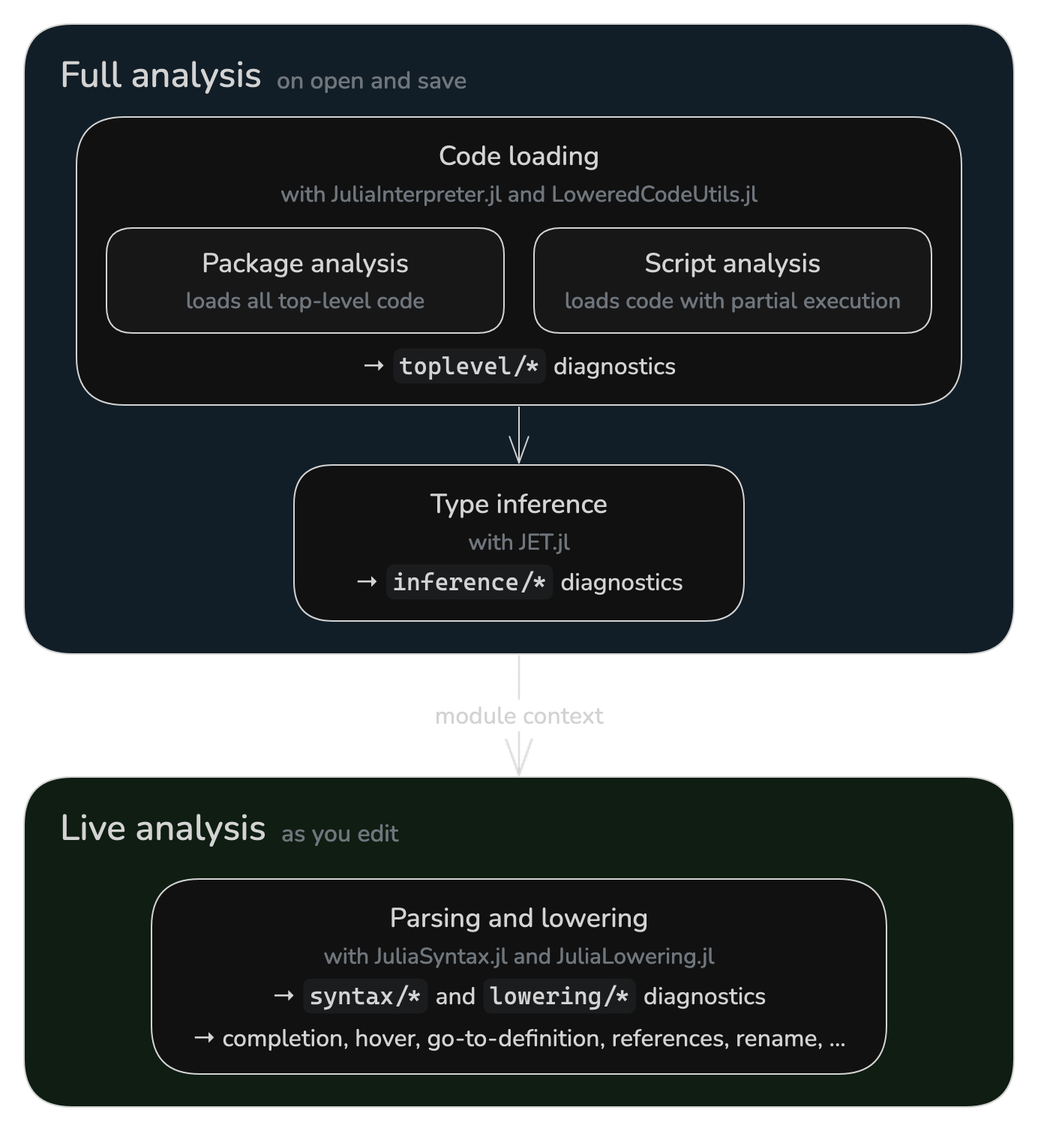
aviatesk/JETLS.jl keeps this Excalidraw diagram as docs/src/assets/analysis/overview-dark.png. Above is the earlier version. Source tidied: one line per element, renumbered; positions are measured from the earlier drawing's top-left corner, leaving out a move shared by most shapes. Source of this version:
```json
{"id": 0, "type": "rectangle", "strokeColor": "#1e1e1e", "backgroundColor": "#e7f5ff", "fillStyle": "solid", "strokeWidth": 1, "roughness": 0, "round": true, "x": 0, "y": 0, "width": 660, "height": 420}
{"id": 1, "type": "text", "text": "Full analysis", "strokeColor": "#1e1e1e", "strokeWidth": 2, "roughness": 0, "fontSize": 24, "fontFamily": 6, "x": 24, "y": 18, "width": 134, "height": 32}
{"id": 2, "type": "text", "text": "on open and save", "strokeColor": "#868e96", "strokeWidth": 2, "roughness": 0, "fontSize": 16, "fontFamily": 6, "x": 168, "y": 27, "width": 127, "height": 22}
{"id": 3, "type": "rectangle", "strokeColor": "#1e1e1e", "backgroundColor": "#ffffff", "fillStyle": "solid", "strokeWidth": 1, "roughness": 0, "round": true, "x": 35, "y": 62, "width": 590, "height": 192}
{"id": 4, "type": "rectangle", "strokeColor": "#1e1e1e", "backgroundColor": "#f8f9fa", "fillStyle": "solid", "strokeWidth": 1, "roughness": 0, "round": true, "x": 55, "y": 136, "width": 265, "height": 70}
{"id": 5, "type": "rectangle", "strokeColor": "#1e1e1e", "backgroundColor": "#f8f9fa", "fillStyle": "solid", "strokeWidth": 1, "roughness": 0, "round": true, "x": 340, "y": 136, "width": 265, "height": 70}
{"id": 6, "type": "rectangle", "strokeColor": "#1e1e1e", "backgroundColor": "#ffffff", "fillStyle": "solid", "strokeWidth": 1, "roughness": 0, "round": true, "x": 180, "y": 294, "width": 300, "height": 104}
{"id": 7, "type": "arrow", "strokeColor": "#1e1e1e", "strokeWidth": 1, "roughness": 0, "endArrowhead": "arrow", "from": 3, "to": 6, "x": 330, "y": 256, "width": 0, "height": 37, "points": [[0, 0], [0, 37]]}
{"id": 8, "type": "rectangle", "strokeColor": "#1e1e1e", "backgroundColor": "#ebfbee", "fillStyle": "solid", "strokeWidth": 1, "roughness": 0, "round": true, "x": 0, "y": 502, "width": 660, "height": 220}
{"id": 9, "type": "text", "text": "Live analysis", "strokeColor": "#1e1e1e", "strokeWidth": 2, "roughness": 0, "fontSize": 24, "fontFamily": 6, "x": 24, "y": 520, "width": 137, "height": 32}
{"id": 10, "type": "text", "text": "as you edit", "strokeColor": "#868e96", "strokeWidth": 2, "roughness": 0, "fontSize": 16, "fontFamily": 6, "x": 171, "y": 529, "width": 78, "height": 22}
{"id": 11, "type": "rectangle", "strokeColor": "#1e1e1e", "backgroundColor": "#ffffff", "fillStyle": "solid", "strokeWidth": 1, "roughness": 0, "round": true, "x": 85, "y": 570, "width": 490, "height": 130}
{"id": 12, "type": "arrow", "strokeColor": "#1e1e1e", "strokeWidth": 1, "roughness": 0, "endArrowhead": "arrow", "from": 0, "to": 8, "x": 330, "y": 422, "width": 0, "height": 79, "points": [[0, 0], [0, 79]]}
{"id": 13, "type": "text", "text": "module context", "strokeColor": "#1e1e1e", "strokeWidth": 2, "roughness": 1, "fontSize": 16, "fontFamily": 6, "textAlign": "center", "verticalAlign": "middle", "inside": 12, "x": 274, "y": 450, "width": 112, "height": 22}
{"id": 14, "type": "text", "text": "Code loading", "strokeColor": "#1e1e1e", "strokeWidth": 2, "roughness": 0, "fontSize": 18, "fontFamily": 6, "x": 276, "y": 76, "width": 107, "height": 24}
{"id": 15, "type": "text", "text": "with JuliaInterpreter.jl and LoweredCodeUtils.jl", "strokeColor": "#868e96", "strokeWidth": 2, "roughness": 0, "fontSize": 15, "fontFamily": 6, "x": 171, "y": 103, "width": 318, "height": 20}
{"id": 16, "type": "text", "text": "Package analysis", "strokeColor": "#1e1e1e", "strokeWidth": 2, "roughness": 0, "fontSize": 18, "fontFamily": 6, "x": 118, "y": 147, "width": 138, "height": 24}
{"id": 17, "type": "text", "text": "loads all top-level code", "strokeColor": "#868e96", "strokeWidth": 2, "roughness": 0, "fontSize": 15, "fontFamily": 6, "x": 108, "y": 175, "width": 159, "height": 20}
{"id": 18, "type": "text", "text": "Script analysis", "strokeColor": "#1e1e1e", "strokeWidth": 2, "roughness": 0, "fontSize": 18, "fontFamily": 6, "x": 414, "y": 147, "width": 117, "height": 24}
{"id": 19, "type": "text", "text": "loads code with partial execution", "strokeColor": "#868e96", "strokeWidth": 2, "roughness": 0, "fontSize": 15, "fontFamily": 6, "x": 360, "y": 175, "width": 224, "height": 20}
{"id": 20, "type": "text", "text": "Type inference", "strokeColor": "#1e1e1e", "strokeWidth": 2, "roughness": 0, "fontSize": 18, "fontFamily": 6, "x": 271, "y": 308, "width": 118, "height": 24}
{"id": 21, "type": "text", "text": "with JET.jl", "strokeColor": "#868e96", "strokeWidth": 2, "roughness": 0, "fontSize": 15, "fontFamily": 6, "x": 296, "y": 335, "width": 68, "height": 20}
{"id": 22, "type": "text", "text": "Parsing and lowering", "strokeColor": "#1e1e1e", "strokeWidth": 2, "roughness": 0, "fontSize": 18, "fontFamily": 6, "x": 244, "y": 584, "width": 173, "height": 24}
{"id": 23, "type": "text", "text": "with JuliaSyntax.jl and JuliaLowering.jl", "strokeColor": "#868e96", "strokeWidth": 2, "roughness": 0, "fontSize": 15, "fontFamily": 6, "x": 200, "y": 611, "width": 260, "height": 20}
{"id": 24, "type": "text", "text": "→", "strokeColor": "#1e1e1e", "strokeWidth": 2, "roughness": 0, "fontSize": 16, "fontFamily": 6, "x": 225, "y": 217, "width": 16, "height": 22}
{"id": 25, "type": "rectangle", "strokeColor": "transparent", "backgroundColor": "#f1f3f5", "fillStyle": "solid", "strokeWidth": 1, "roughness": 0, "round": true, "x": 246, "y": 216, "width": 102, "height": 23}
{"id": 26, "type": "text", "text": "toplevel/*", "strokeColor": "#1e1e1e", "strokeWidth": 2, "roughness": 0, "fontSize": 16, "fontFamily": 3, "x": 250, "y": 218, "width": 94, "height": 19}
{"id": 27, "type": "text", "text": "diagnostics", "strokeColor": "#1e1e1e", "strokeWidth": 2, "roughness": 0, "fontSize": 16, "fontFamily": 6, "x": 353, "y": 217, "width": 82, "height": 22}
{"id": 28, "type": "text", "text": "→", "strokeColor": "#1e1e1e", "strokeWidth": 2, "roughness": 0, "fontSize": 16, "fontFamily": 6, "x": 221, "y": 361, "width": 16, "height": 22}
{"id": 29, "type": "rectangle", "strokeColor": "transparent", "backgroundColor": "#f1f3f5", "fillStyle": "solid", "strokeWidth": 1, "roughness": 0, "round": true, "x": 242, "y": 360, "width": 111, "height": 23}
{"id": 30, "type": "text", "text": "inference/*", "strokeColor": "#1e1e1e", "strokeWidth": 2, "roughness": 0, "fontSize": 16, "fontFamily": 3, "x": 246, "y": 362, "width": 103, "height": 19}
{"id": 31, "type": "text", "text": "diagnostics", "strokeColor": "#1e1e1e", "strokeWidth": 2, "roughness": 0, "fontSize": 16, "fontFamily": 6, "x": 358, "y": 361, "width": 82, "height": 22}
{"id": 32, "type": "text", "text": "→", "strokeColor": "#1e1e1e", "strokeWidth": 2, "roughness": 0, "fontSize": 16, "fontFamily": 6, "x": 165, "y": 637, "width": 16, "height": 22}
{"id": 33, "type": "rectangle", "strokeColor": "transparent", "backgroundColor": "#f1f3f5", "fillStyle": "solid", "strokeWidth": 1, "roughness": 0, "round": true, "x": 186, "y": 636, "width": 83, "height": 23}
{"id": 34, "type": "text", "text": "syntax/*", "strokeColor": "#1e1e1e", "strokeWidth": 2, "roughness": 0, "fontSize": 16, "fontFamily": 3, "x": 190, "y": 638, "width": 75, "height": 19}
{"id": 35, "type": "text", "text": "and", "strokeColor": "#1e1e1e", "strokeWidth": 2, "roughness": 0, "fontSize": 16, "fontFamily": 6, "x": 274, "y": 637, "width": 27, "height": 22}
{"id": 36, "type": "rectangle", "strokeColor": "transparent", "backgroundColor": "#f1f3f5", "fillStyle": "solid", "strokeWidth": 1, "roughness": 0, "round": true, "x": 306, "y": 636, "width": 102, "height": 23}
{"id": 37, "type": "text", "text": "lowering/*", "strokeColor": "#1e1e1e", "strokeWidth": 2, "roughness": 0, "fontSize": 16, "fontFamily": 3, "x": 310, "y": 638, "width": 94, "height": 19}
{"id": 38, "type": "text", "text": "diagnostics", "strokeColor": "#1e1e1e", "strokeWidth": 2, "roughness": 0, "fontSize": 16, "fontFamily": 6, "x": 413, "y": 637, "width": 82, "height": 22}
{"id": 39, "type": "text", "text": "→ completion, hover, go-to-definition, references, rename, ...", "strokeColor": "#1e1e1e", "strokeWidth": 2, "roughness": 0, "fontSize": 16, "fontFamily": 6, "x": 112, "y": 665, "width": 436, "height": 22}
```
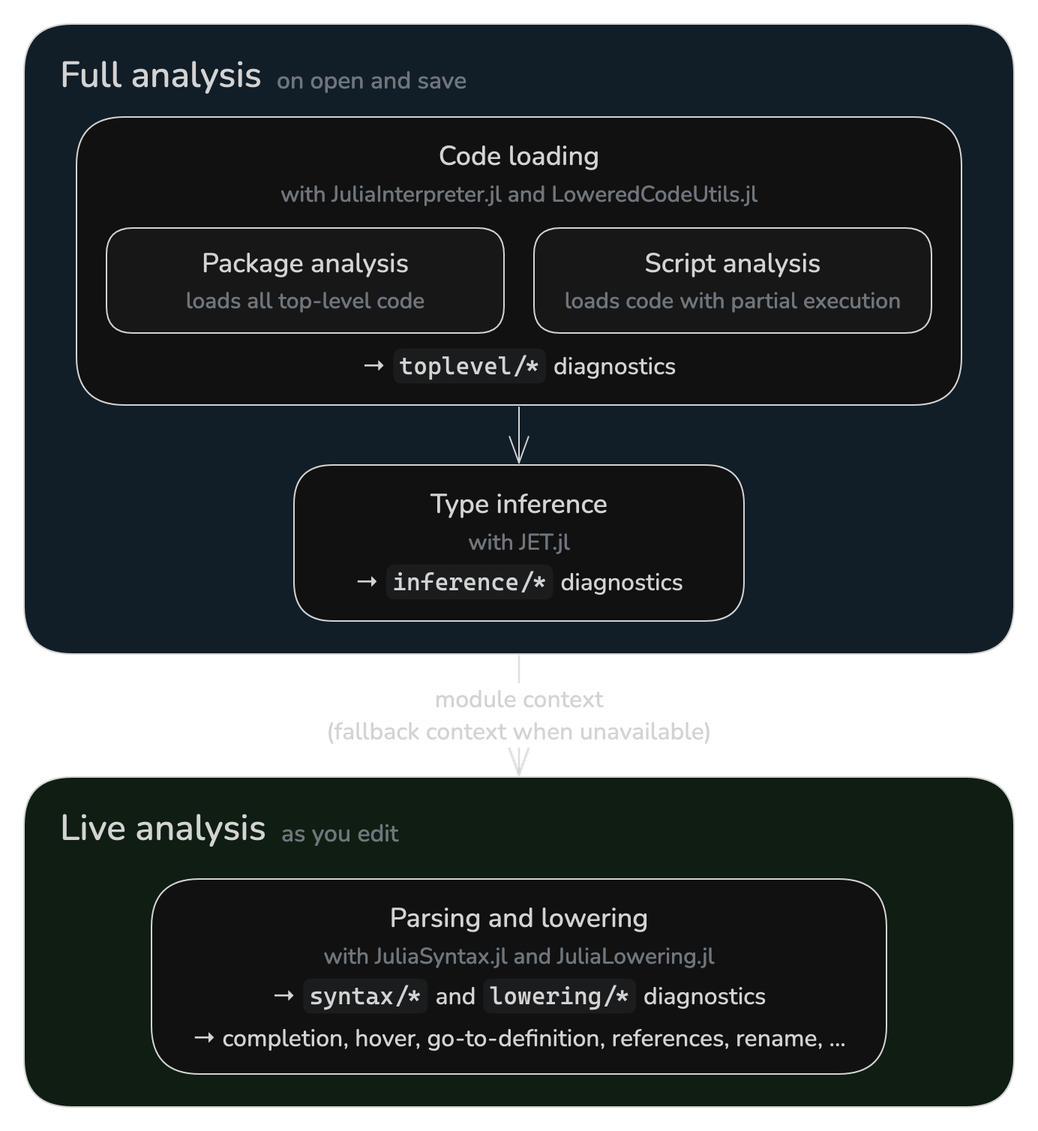
After the change.

Commit message:
docs: Clarify analysis boundaries and fallback behavior

Diff of the diagram source:
```diff
@@ -11,7 +11,7 @@
 {"id": 10, "type": "text", "text": "as you edit", "strokeColor": "#868e96", "strokeWidth": 2, "roughness": 0, "fontSize": 16, "fontFamily": 6, "x": 171, "y": 529, "width": 78, "height": 22}
 {"id": 11, "type": "rectangle", "strokeColor": "#1e1e1e", "backgroundColor": "#ffffff", "fillStyle": "solid", "strokeWidth": 1, "roughness": 0, "round": true, "x": 85, "y": 570, "width": 490, "height": 130}
 {"id": 12, "type": "arrow", "strokeColor": "#1e1e1e", "strokeWidth": 1, "roughness": 0, "endArrowhead": "arrow", "from": 0, "to": 8, "x": 330, "y": 422, "width": 0, "height": 79, "points": [[0, 0], [0, 79]]}
-{"id": 13, "type": "text", "text": "module context", "strokeColor": "#1e1e1e", "strokeWidth": 2, "roughness": 1, "fontSize": 16, "fontFamily": 6, "textAlign": "center", "verticalAlign": "middle", "inside": 12, "x": 274, "y": 450, "width": 112, "height": 22}
+{"id": 13, "type": "text", "text": "module context\n(fallback context when unavailable)", "strokeColor": "#1e1e1e", "strokeWidth": 2, "roughness": 1, "fontSize": 16, "fontFamily": 6, "textAlign": "center", "verticalAlign": "middle", "inside": 12, "x": 195, "y": 439, "width": 270, "height": 43}
 {"id": 14, "type": "text", "text": "Code loading", "strokeColor": "#1e1e1e", "strokeWidth": 2, "roughness": 0, "fontSize": 18, "fontFamily": 6, "x": 276, "y": 76, "width": 107, "height": 24}
 {"id": 15, "type": "text", "text": "with JuliaInterpreter.jl and LoweredCodeUtils.jl", "strokeColor": "#868e96", "strokeWidth": 2, "roughness": 0, "fontSize": 15, "fontFamily": 6, "x": 171, "y": 103, "width": 318, "height": 20}
 {"id": 16, "type": "text", "text": "Package analysis", "strokeColor": "#1e1e1e", "strokeWidth": 2, "roughness": 0, "fontSize": 18, "fontFamily": 6, "x": 118, "y": 147, "width": 138, "height": 24}
```
